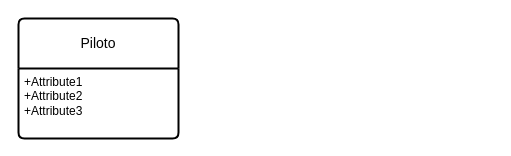
marcosfernandezlopez/Laboratorio-de-redes-y-sistemas-operativos keeps this draw.io diagram as Diagrama sin título.drawio. Above is the earlier version. Source tidied: cells renumbered, new cells numbered last; positions are measured from the earlier drawing's top-left corner, leaving out a move shared by most shapes. Both pictures are drawn from the tidied source at 100%, with x=0, y=0 at pixel (18, 18).
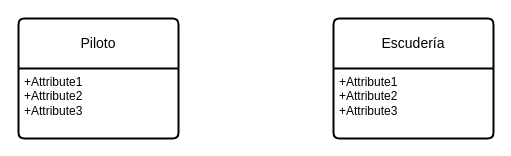
The same page after the edit.

What changed in the source:
```diff
@@
 <mxGraphModel>
   <root>
     <mxCell id="0" />
     <mxCell id="1" parent="0" />
     <mxCell id="2" value="Piloto" style="swimlane;horizontal=1;startSize=50;rounded=1;fontSize=14;fontStyle=0;strokeWidth=2;shadow=0;dashed=0;align=center;arcSize=4;whiteSpace=wrap;html=1;" parent="1" vertex="1">
       <mxGeometry width="160" height="120" as="geometry" />
     </mxCell>
     <mxCell id="3" value="+Attribute1&#10;+Attribute2&#10;+Attribute3" style="align=left;strokeColor=none;fillColor=none;spacingLeft=4;fontSize=12;verticalAlign=top;html=1;" parent="2" vertex="1">
       <mxGeometry y="50" width="160" height="70" as="geometry" />
     </mxCell>
+    <mxCell id="4" value="Escudería" style="swimlane;horizontal=1;startSize=50;rounded=1;fontSize=14;fontStyle=0;strokeWidth=2;shadow=0;dashed=0;align=center;arcSize=4;whiteSpace=wrap;html=1;" parent="1" vertex="1">
+      <mxGeometry x="315" width="160" height="120" as="geometry" />
+    </mxCell>
+    <mxCell id="5" value="+Attribute1&#10;+Attribute2&#10;+Attribute3" style="align=left;strokeColor=none;fillColor=none;spacingLeft=4;fontSize=12;verticalAlign=top;html=1;" parent="4" vertex="1">
+      <mxGeometry y="50" width="160" height="70" as="geometry" />
+    </mxCell>
   </root>
 </mxGraphModel>
```
